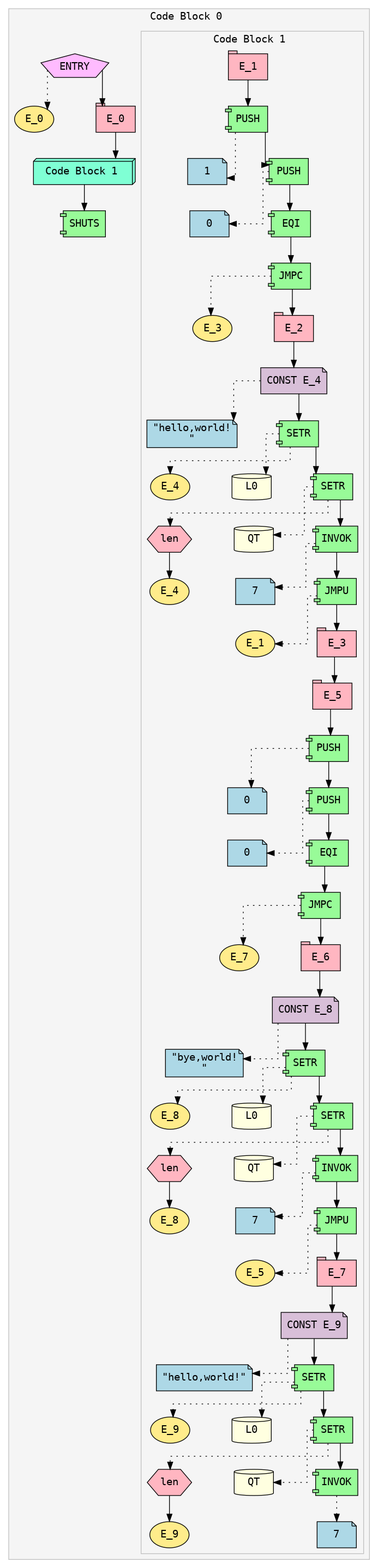
This is ir.png from Soham-Metha/IICT_Segfault_2025, a Graphviz export, as it was before one commit. Its source is kept beside it as ir.dot.
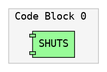
Above is the later version.

The edit, as a diff of the source:
```diff
@@ -8,134 +8,6 @@
 color=gray;
 fillcolor=whitesmoke;
 fontname="Courier";
-Expr_1 [shape=pentagon style=filled fillcolor=plum1 fontname="Courier" label="ENTRY"]
-Expr_2 [shape=ellipse style=filled fillcolor=lightgoldenrod1 fontname="Courier" label="E_0"]
-Expr_1 -> Expr_2 [style=dotted]
-Expr_3 [shape=tab style=filled fillcolor=lightpink fontname="Courier" label="E_0"]
-Expr_1 -> Expr_3;
-subgraph cluster_4 {
-label="Code Block 1 ";
-style=filled;
-color=gray;
-fillcolor=whitesmoke;
-fontname="Courier";
-Expr_5 [shape=tab style=filled fillcolor=lightpink fontname="Courier" label="E_1"]
-Expr_6 [shape=component style=filled fillcolor=palegreen fontname="Courier" label="PUSH"]
-Expr_7 [shape=note style=filled fillcolor=lightblue fontname="Courier" label="1"]
-Expr_6 -> Expr_7 [style=dotted]
-Expr_5 -> Expr_6;
-Expr_8 [shape=component style=filled fillcolor=palegreen fontname="Courier" label="PUSH"]
-Expr_9 [shape=note style=filled fillcolor=lightblue fontname="Courier" label="0"]
-Expr_8 -> Expr_9 [style=dotted]
-Expr_6 -> Expr_8;
-Expr_10 [shape=component style=filled fillcolor=palegreen fontname="Courier" label="EQI"]
-Expr_8 -> Expr_10;
-Expr_11 [shape=component style=filled fillcolor=palegreen fontname="Courier" label="JMPC"]
-Expr_12 [shape=ellipse style=filled fillcolor=lightgoldenrod1 fontname="Courier" label="E_3"]
-Expr_11 -> Expr_12 [style=dotted]
-Expr_10 -> Expr_11;
-Expr_13 [shape=tab style=filled fillcolor=lightpink fontname="Courier" label="E_2"]
-Expr_11 -> Expr_13;
-Expr_14 [shape=note style=filled fillcolor=thistle fontname="Courier" label="CONST E_4"]
-Expr_15 [shape=note style=filled fillcolor=lightblue fontname="Courier" label="\"hello,world!\n\""]
-Expr_14 -> Expr_15 [style=dotted]
-Expr_13 -> Expr_14;
-Expr_16 [shape=component style=filled fillcolor=palegreen fontname="Courier" label="SETR"]
-Expr_17 [shape=ellipse style=filled fillcolor=lightgoldenrod1 fontname="Courier" label="E_4"]
-Expr_16 -> Expr_17 [style=dotted]
-Expr_18 [shape=cylinder style=filled fillcolor=lightyellow fontname="Courier" label="L0"]
-Expr_16 -> Expr_18 [style=dotted]
-Expr_14 -> Expr_16;
-Expr_19 [shape=component style=filled fillcolor=palegreen fontname="Courier" label="SETR"]
-Expr_20 [shape=hexagon style=filled fillcolor=lightpink fontname="Courier" label="len"]
-Expr_21 [shape=ellipse style=filled fillcolor=lightgoldenrod1 fontname="Courier" label="E_4"]
-Expr_20 -> Expr_21
-Expr_19 -> Expr_20 [style=dotted]
-Expr_22 [shape=cylinder style=filled fillcolor=lightyellow fontname="Courier" label="QT"]
-Expr_19 -> Expr_22 [style=dotted]
-Expr_16 -> Expr_19;
-Expr_23 [shape=component style=filled fillcolor=palegreen fontname="Courier" label="INVOK"]
-Expr_24 [shape=note style=filled fillcolor=lightblue fontname="Courier" label="7"]
-Expr_23 -> Expr_24 [style=dotted]
-Expr_19 -> Expr_23;
-Expr_25 [shape=component style=filled fillcolor=palegreen fontname="Courier" label="JMPU"]
-Expr_26 [shape=ellipse style=filled fillcolor=lightgoldenrod1 fontname="Courier" label="E_1"]
-Expr_25 -> Expr_26 [style=dotted]
-Expr_23 -> Expr_25;
-Expr_27 [shape=tab style=filled fillcolor=lightpink fontname="Courier" label="E_3"]
-Expr_25 -> Expr_27;
-Expr_28 [shape=tab style=filled fillcolor=lightpink fontname="Courier" label="E_5"]
-Expr_27 -> Expr_28;
-Expr_29 [shape=component style=filled fillcolor=palegreen fontname="Courier" label="PUSH"]
-Expr_30 [shape=note style=filled fillcolor=lightblue fontname="Courier" label="0"]
-Expr_29 -> Expr_30 [style=dotted]
-Expr_28 -> Expr_29;
-Expr_31 [shape=component style=filled fillcolor=palegreen fontname="Courier" label="PUSH"]
-Expr_32 [shape=note style=filled fillcolor=lightblue fontname="Courier" label="0"]
-Expr_31 -> Expr_32 [style=dotted]
-Expr_29 -> Expr_31;
-Expr_33 [shape=component style=filled fillcolor=palegreen fontname="Courier" label="EQI"]
-Expr_31 -> Expr_33;
-Expr_34 [shape=component style=filled fillcolor=palegreen fontname="Courier" label="JMPC"]
-Expr_35 [shape=ellipse style=filled fillcolor=lightgoldenrod1 fontname="Courier" label="E_7"]
-Expr_34 -> Expr_35 [style=dotted]
-Expr_33 -> Expr_34;
-Expr_36 [shape=tab style=filled fillcolor=lightpink fontname="Courier" label="E_6"]
-Expr_34 -> Expr_36;
-Expr_37 [shape=note style=filled fillcolor=thistle fontname="Courier" label="CONST E_8"]
-Expr_38 [shape=note style=filled fillcolor=lightblue fontname="Courier" label="\"bye,world!\n\""]
-Expr_37 -> Expr_38 [style=dotted]
-Expr_36 -> Expr_37;
-Expr_39 [shape=component style=filled fillcolor=palegreen fontname="Courier" label="SETR"]
-Expr_40 [shape=ellipse style=filled fillcolor=lightgoldenrod1 fontname="Courier" label="E_8"]
-Expr_39 -> Expr_40 [style=dotted]
-Expr_41 [shape=cylinder style=filled fillcolor=lightyellow fontname="Courier" label="L0"]
-Expr_39 -> Expr_41 [style=dotted]
-Expr_37 -> Expr_39;
-Expr_42 [shape=component style=filled fillcolor=palegreen fontname="Courier" label="SETR"]
-Expr_43 [shape=hexagon style=filled fillcolor=lightpink fontname="Courier" label="len"]
-Expr_44 [shape=ellipse style=filled fillcolor=lightgoldenrod1 fontname="Courier" label="E_8"]
-Expr_43 -> Expr_44
-Expr_42 -> Expr_43 [style=dotted]
-Expr_45 [shape=cylinder style=filled fillcolor=lightyellow fontname="Courier" label="QT"]
-Expr_42 -> Expr_45 [style=dotted]
-Expr_39 -> Expr_42;
-Expr_46 [shape=component style=filled fillcolor=palegreen fontname="Courier" label="INVOK"]
-Expr_47 [shape=note style=filled fillcolor=lightblue fontname="Courier" label="7"]
-Expr_46 -> Expr_47 [style=dotted]
-Expr_42 -> Expr_46;
-Expr_48 [shape=component style=filled fillcolor=palegreen fontname="Courier" label="JMPU"]
-Expr_49 [shape=ellipse style=filled fillcolor=lightgoldenrod1 fontname="Courier" label="E_5"]
-Expr_48 -> Expr_49 [style=dotted]
-Expr_46 -> Expr_48;
-Expr_50 [shape=tab style=filled fillcolor=lightpink fontname="Courier" label="E_7"]
-Expr_48 -> Expr_50;
-Expr_51 [shape=note style=filled fillcolor=thistle fontname="Courier" label="CONST E_9"]
-Expr_52 [shape=note style=filled fillcolor=lightblue fontname="Courier" label="\"hello,world!\""]
-Expr_51 -> Expr_52 [style=dotted]
-Expr_50 -> Expr_51;
-Expr_53 [shape=component style=filled fillcolor=palegreen fontname="Courier" label="SETR"]
-Expr_54 [shape=ellipse style=filled fillcolor=lightgoldenrod1 fontname="Courier" label="E_9"]
-Expr_53 -> Expr_54 [style=dotted]
-Expr_55 [shape=cylinder style=filled fillcolor=lightyellow fontname="Courier" label="L0"]
-Expr_53 -> Expr_55 [style=dotted]
-Expr_51 -> Expr_53;
-Expr_56 [shape=component style=filled fillcolor=palegreen fontname="Courier" label="SETR"]
-Expr_57 [shape=hexagon style=filled fillcolor=lightpink fontname="Courier" label="len"]
-Expr_58 [shape=ellipse style=filled fillcolor=lightgoldenrod1 fontname="Courier" label="E_9"]
-Expr_57 -> Expr_58
-Expr_56 -> Expr_57 [style=dotted]
-Expr_59 [shape=cylinder style=filled fillcolor=lightyellow fontname="Courier" label="QT"]
-Expr_56 -> Expr_59 [style=dotted]
-Expr_53 -> Expr_56;
-Expr_60 [shape=component style=filled fillcolor=palegreen fontname="Courier" label="INVOK"]
-Expr_61 [shape=note style=filled fillcolor=lightblue fontname="Courier" label="7"]
-Expr_60 -> Expr_61 [style=dotted]
-Expr_56 -> Expr_60;
-}
-Expr_4 [shape=box3d style=filled fillcolor=aquamarine fontname="Courier" label=" Code Block 1  "]
-Expr_3 -> Expr_4;
-Expr_62 [shape=component style=filled fillcolor=palegreen fontname="Courier" label="SHUTS"]
-Expr_4 -> Expr_62;
+Expr_1 [shape=component style=filled fillcolor=palegreen fontname="Courier" label="SHUTS"]
 }
 }
```
